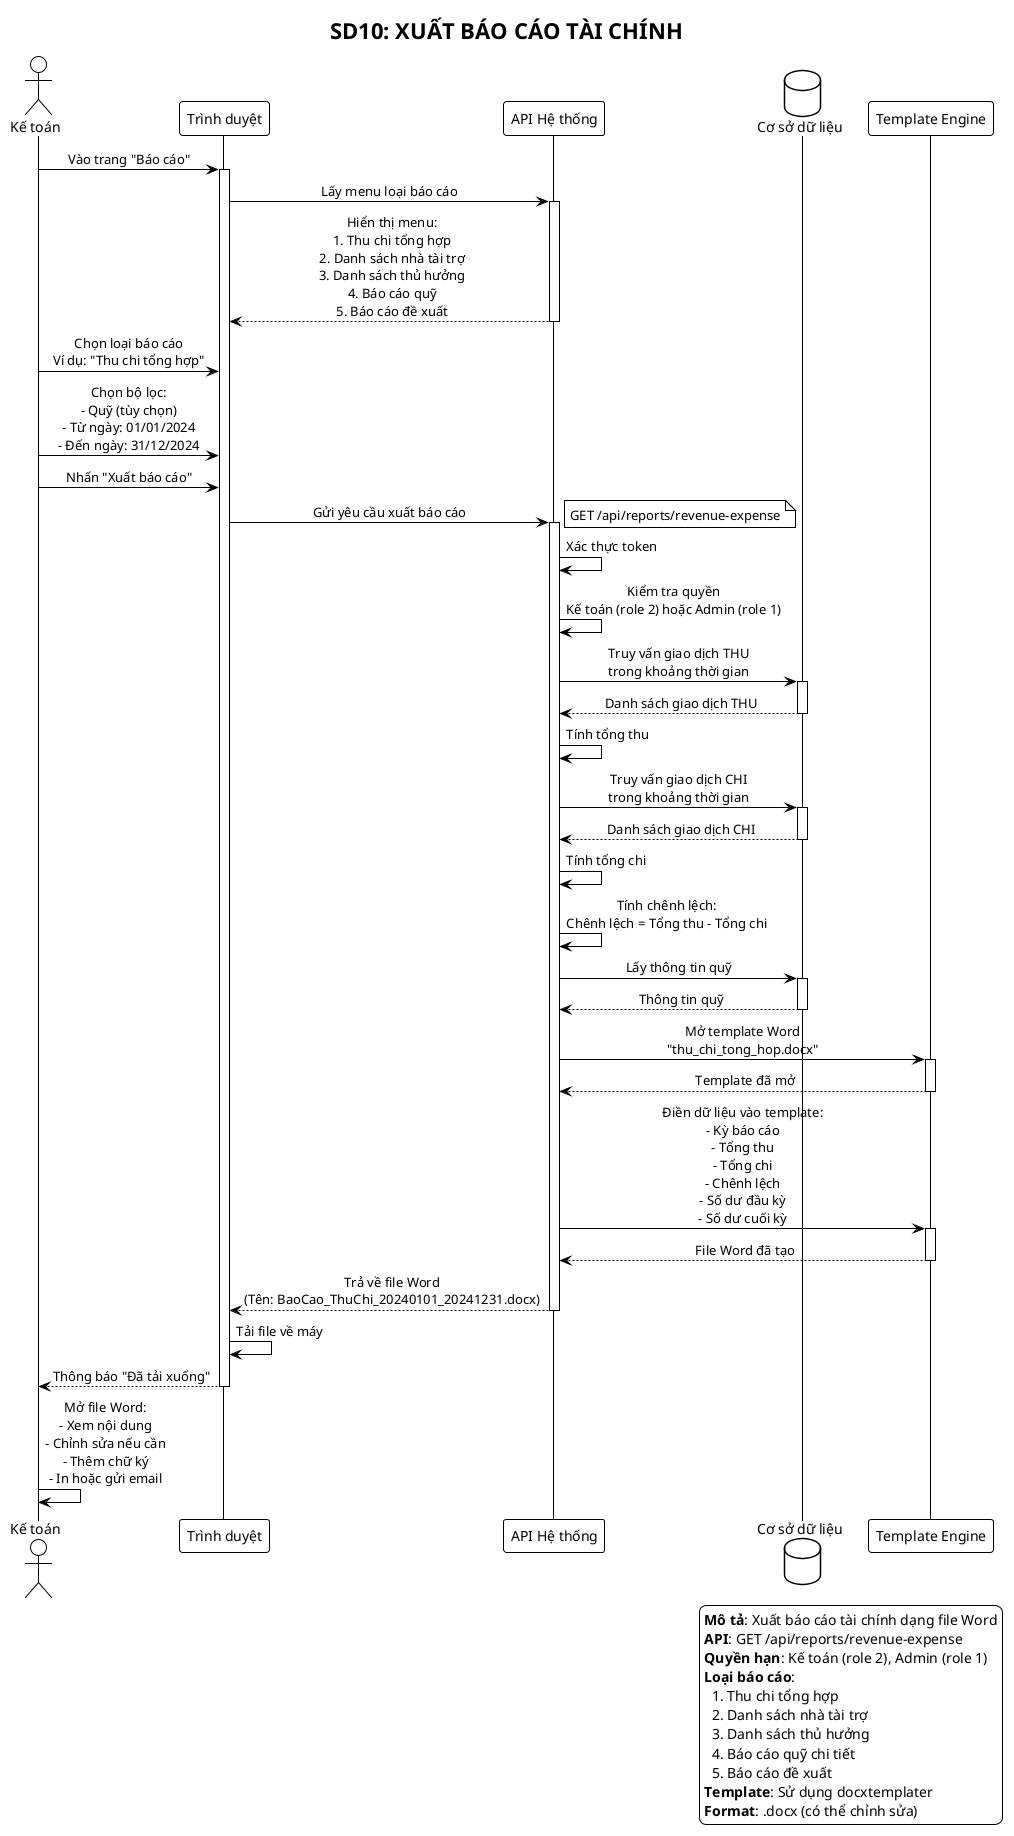
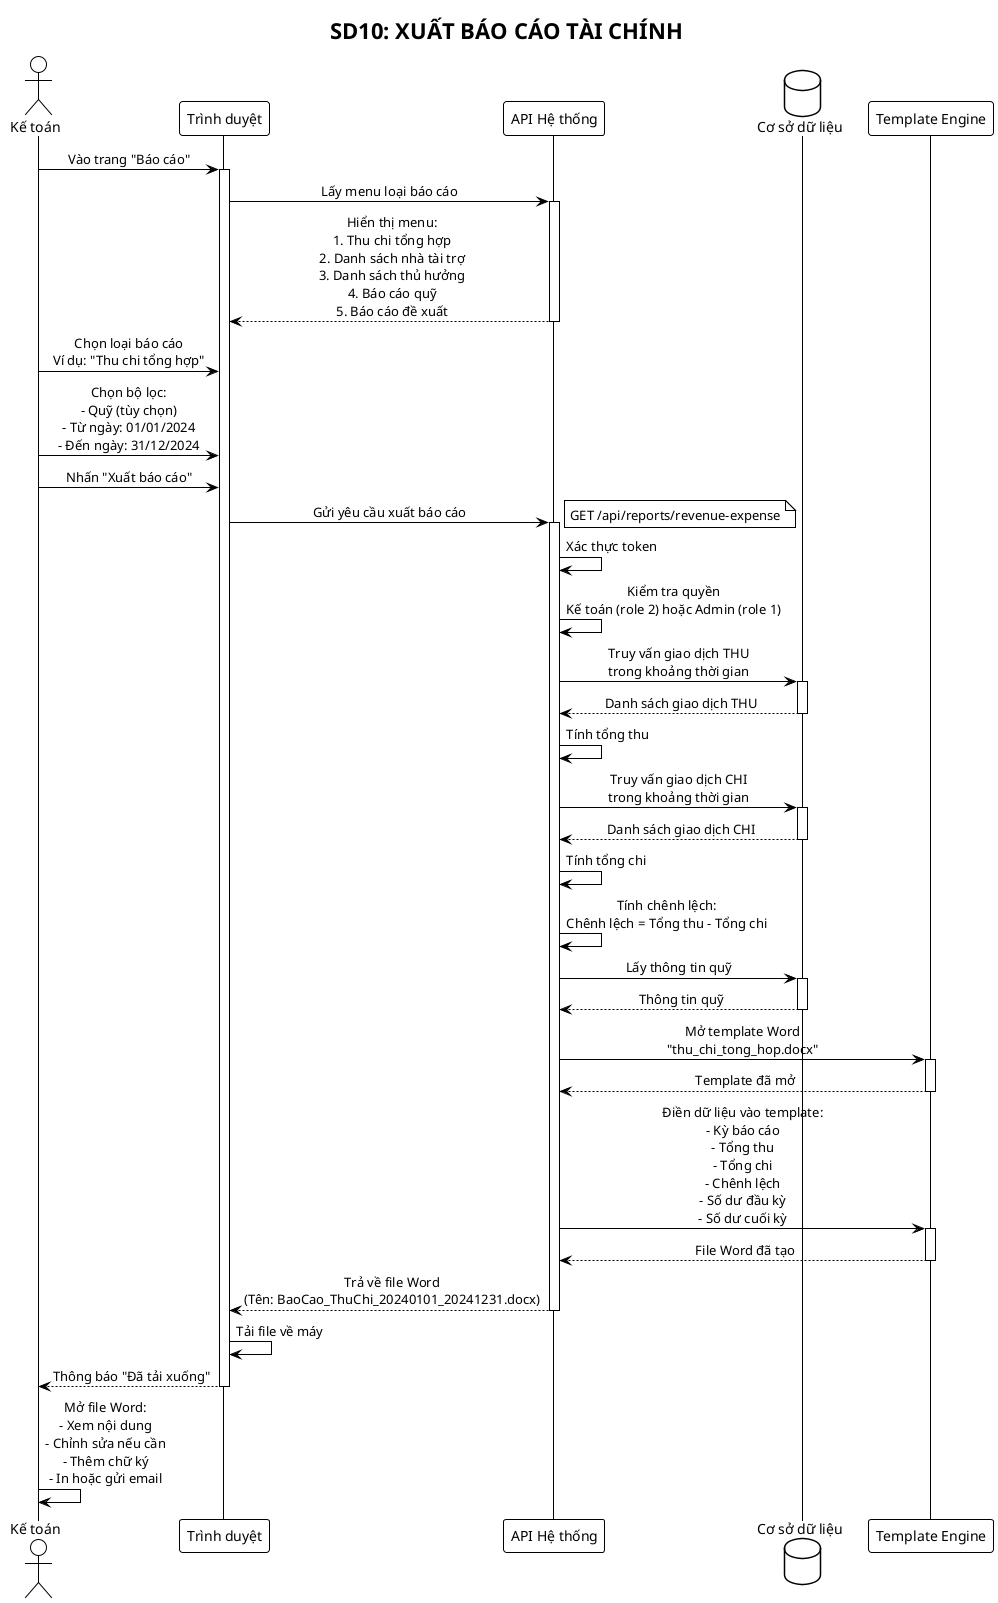
@startuml SD10_Xuat_Bao_Cao
!theme plain
skinparam backgroundColor #FFFFFF
skinparam sequenceMessageAlign center

title **SD10: XUẤT BÁO CÁO TÀI CHÍNH**

actor "Kế toán" as KT
participant "Trình duyệt" as Browser
participant "API Hệ thống" as API
database "Cơ sở dữ liệu" as DB
participant "Template Engine" as Template

KT -> Browser: Vào trang "Báo cáo"
activate Browser

Browser -> API: Lấy menu loại báo cáo
activate API
API --> Browser: Hiển thị menu:\n1. Thu chi tổng hợp\n2. Danh sách nhà tài trợ\n3. Danh sách thủ hưởng\n4. Báo cáo quỹ\n5. Báo cáo đề xuất
deactivate API

KT -> Browser: Chọn loại báo cáo\nVí dụ: "Thu chi tổng hợp"

KT -> Browser: Chọn bộ lọc:\n- Quỹ (tùy chọn)\n- Từ ngày: 01/01/2024\n- Đến ngày: 31/12/2024

KT -> Browser: Nhấn "Xuất báo cáo"

Browser -> API: Gửi yêu cầu xuất báo cáo
activate API
note right: GET /api/reports/revenue-expense

API -> API: Xác thực token
API -> API: Kiểm tra quyền\nKế toán (role 2) hoặc Admin (role 1)

API -> DB: Truy vấn giao dịch THU\ntrong khoảng thời gian
activate DB
DB --> API: Danh sách giao dịch THU
deactivate DB

API -> API: Tính tổng thu

API -> DB: Truy vấn giao dịch CHI\ntrong khoảng thời gian
activate DB
DB --> API: Danh sách giao dịch CHI
deactivate DB

API -> API: Tính tổng chi

API -> API: Tính chênh lệch:\nChênh lệch = Tổng thu - Tổng chi

API -> DB: Lấy thông tin quỹ
activate DB
DB --> API: Thông tin quỹ
deactivate DB

API -> Template: Mở template Word\n"thu_chi_tong_hop.docx"
activate Template
Template --> API: Template đã mở
deactivate Template

API -> Template: Điền dữ liệu vào template:\n- Kỳ báo cáo\n- Tổng thu\n- Tổng chi\n- Chênh lệch\n- Số dư đầu kỳ\n- Số dư cuối kỳ
activate Template
Template --> API: File Word đã tạo
deactivate Template

API --> Browser: Trả về file Word\n(Tên: BaoCao_ThuChi_20240101_20241231.docx)
deactivate API

Browser -> Browser: Tải file về máy

Browser --> KT: Thông báo "Đã tải xuống"

deactivate Browser

KT -> KT: Mở file Word:\n- Xem nội dung\n- Chỉnh sửa nếu cần\n- Thêm chữ ký\n- In hoặc gửi email

- legend right
- **Mô tả**: Xuất báo cáo tài chính dạng file Word
- **API**: GET /api/reports/revenue-expense
- **Quyền hạn**: Kế toán (role 2), Admin (role 1)
- **Loại báo cáo**:
-   1. Thu chi tổng hợp
-   2. Danh sách nhà tài trợ
-   3. Danh sách thủ hưởng
-   4. Báo cáo quỹ chi tiết
-   5. Báo cáo đề xuất
- **Template**: Sử dụng docxtemplater
- **Format**: .docx (có thể chỉnh sửa)
- endlegend
- 
@enduml
